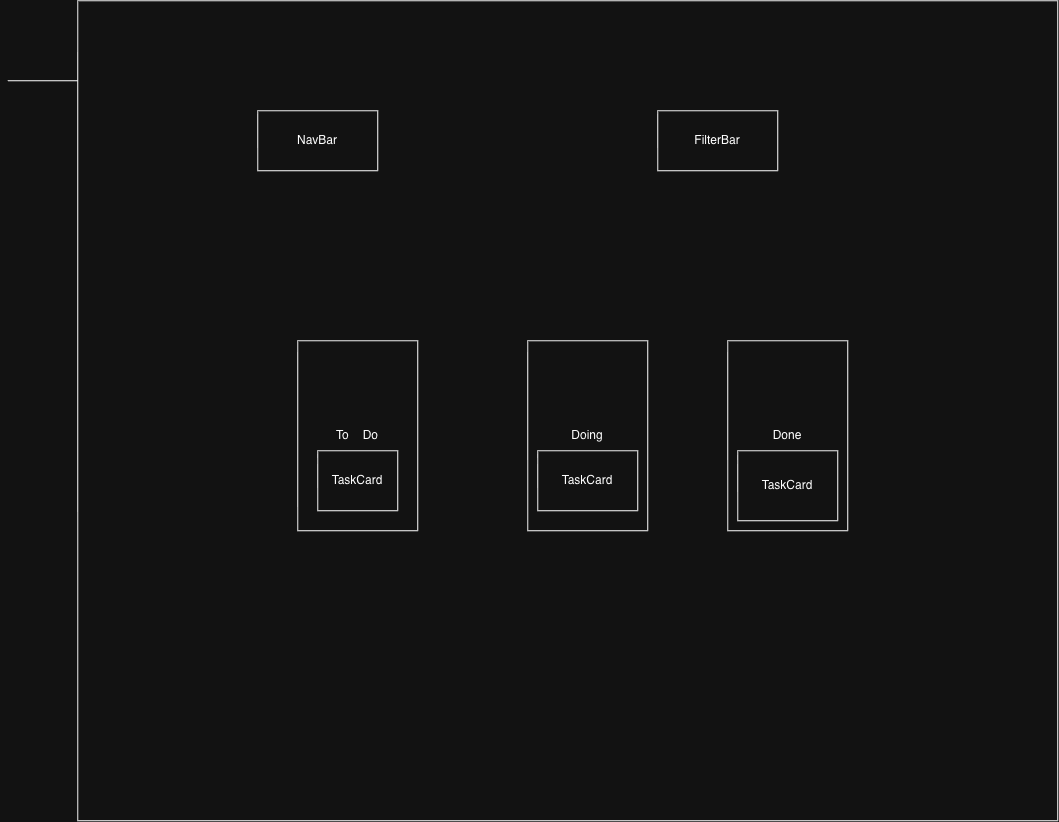
This is docs/wireframe.png from dwainXDL/collab-board, a draw.io export, as it was before one commit. Source tidied: cells renumbered, new cells last; positions are measured from the earlier drawing's top-left corner, leaving out a move shared by most shapes.
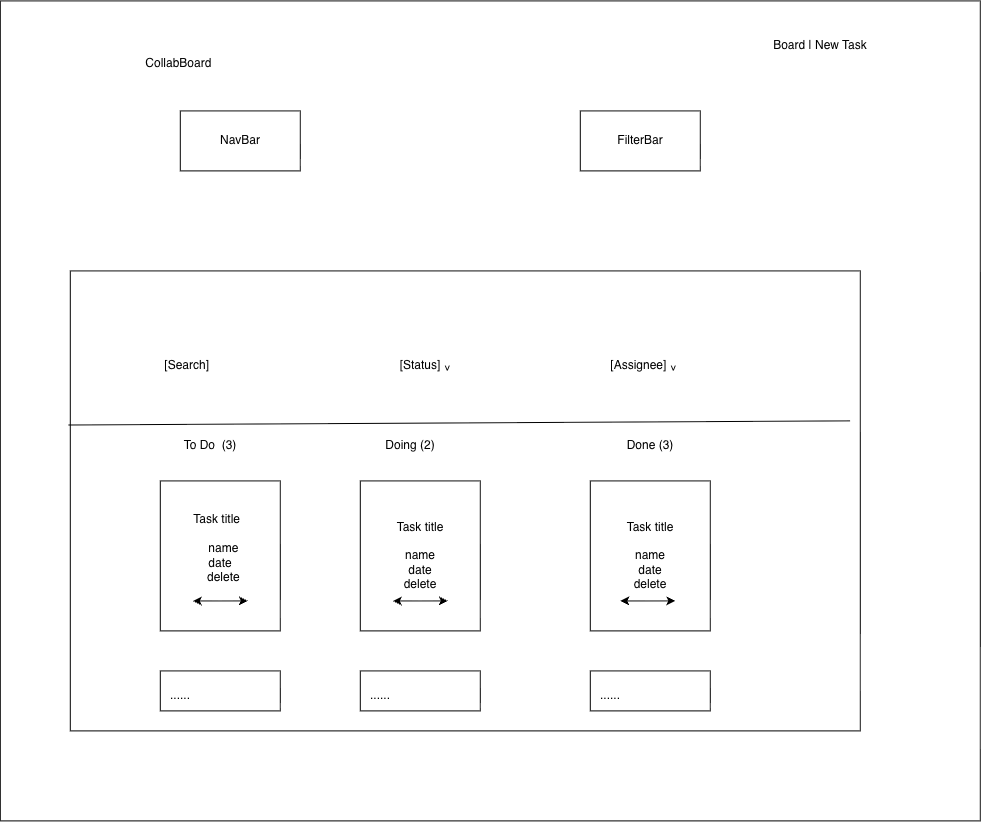
The same diagram one commit later.

Commit message:
update wireframe and component tree design

Diff of the diagram source:
```diff
@@ -5,11 +5,6 @@
     <mxCell id="2" value="NavBar" style="rounded=0;whiteSpace=wrap;html=1;" parent="1" vertex="1">
       <mxGeometry x="270" y="90" width="120" height="50" as="geometry" />
     </mxCell>
-    <mxCell id="3" style="edgeStyle=orthogonalEdgeStyle;rounded=0;jettySize=auto;html=1;exitX=0;exitY=0;exitDx=0;exitDy=0;entryX=0;entryY=0;entryDx=0;entryDy=0;" parent="1" edge="1" target="2">
-      <mxGeometry relative="1" as="geometry">
-        <mxPoint y="80" as="sourcePoint" />
-      </mxGeometry>
-    </mxCell>
     <mxCell id="4" style="rounded=0;whiteSpace=wrap;html=1;" parent="1" vertex="1">
       <mxGeometry x="70" width="980" height="820" as="geometry" />
     </mxCell>
@@ -19,23 +14,86 @@
     <mxCell id="6" value="FilterBar" style="rounded=0;whiteSpace=wrap;html=1;" parent="1" vertex="1">
       <mxGeometry x="650" y="110" width="120" height="60" as="geometry" />
     </mxCell>
-    <mxCell id="7" value="To&amp;nbsp;&lt;span style=&quot;white-space: pre;&quot;&gt;&#9;&lt;/span&gt;Do" style="rounded=0;whiteSpace=wrap;html=1;" parent="1" vertex="1">
-      <mxGeometry x="290" y="340" width="120" height="190" as="geometry" />
-    </mxCell>
-    <mxCell id="8" value="Doing" style="rounded=0;whiteSpace=wrap;html=1;" parent="1" vertex="1">
-      <mxGeometry x="520" y="340" width="120" height="190" as="geometry" />
-    </mxCell>
-    <mxCell id="9" value="Done" style="rounded=0;whiteSpace=wrap;html=1;" parent="1" vertex="1">
-      <mxGeometry x="720" y="340" width="120" height="190" as="geometry" />
-    </mxCell>
-    <mxCell id="10" value="TaskCard" style="rounded=0;whiteSpace=wrap;html=1;" parent="1" vertex="1">
-      <mxGeometry x="310" y="450" width="80" height="60" as="geometry" />
-    </mxCell>
-    <mxCell id="11" value="TaskCard" style="rounded=0;whiteSpace=wrap;html=1;" parent="1" vertex="1">
-      <mxGeometry x="530" y="450" width="100" height="60" as="geometry" />
-    </mxCell>
-    <mxCell id="12" value="TaskCard" style="rounded=0;whiteSpace=wrap;html=1;" parent="1" vertex="1">
-      <mxGeometry x="730" y="450" width="100" height="70" as="geometry" />
-    </mxCell>
+    <mxCell id="13" style="rounded=0;whiteSpace=wrap;html=1;" parent="1" vertex="1">
+      <mxGeometry x="140" y="270" width="790" height="460" as="geometry" />
+    </mxCell>
+    <mxCell id="14" value="&lt;span style=&quot;background-color: transparent; color: light-dark(rgb(0, 0, 0), rgb(255, 255, 255));&quot;&gt;&amp;nbsp; &amp;nbsp; &amp;nbsp; &amp;nbsp; &amp;nbsp;Task title&amp;nbsp; &amp;nbsp; &amp;nbsp; &amp;nbsp; &amp;nbsp; &amp;nbsp; &amp;nbsp; &amp;nbsp; &amp;nbsp; &amp;nbsp; &amp;nbsp; &amp;nbsp; &amp;nbsp; &amp;nbsp; &amp;nbsp; &amp;nbsp; &amp;nbsp; &amp;nbsp; &amp;nbsp; &amp;nbsp; &amp;nbsp; &amp;nbsp; &amp;nbsp; &amp;nbsp; &amp;nbsp; &lt;/span&gt;&lt;span style=&quot;background-color: transparent; color: light-dark(rgb(0, 0, 0), rgb(255, 255, 255));&quot;&gt;name&lt;/span&gt;&lt;div&gt;&lt;span style=&quot;background-color: transparent; color: light-dark(rgb(0, 0, 0), rgb(255, 255, 255));&quot;&gt;date&lt;/span&gt;&lt;/div&gt;&lt;div&gt;&lt;span style=&quot;background-color: transparent; color: light-dark(rgb(0, 0, 0), rgb(255, 255, 255));&quot;&gt;&amp;nbsp; delete&lt;/span&gt;&lt;/div&gt;&lt;div&gt;&lt;span style=&quot;background-color: transparent; color: light-dark(rgb(0, 0, 0), rgb(255, 255, 255));&quot;&gt;&lt;br&gt;&lt;/span&gt;&lt;/div&gt;" style="rounded=0;whiteSpace=wrap;html=1;" parent="1" vertex="1">
+      <mxGeometry x="230" y="480" width="120" height="150" as="geometry" />
+    </mxCell>
+    <mxCell id="15" value="Task title&lt;div&gt;&amp;nbsp; &amp;nbsp; &amp;nbsp; &amp;nbsp; &amp;nbsp; &amp;nbsp; &amp;nbsp; &amp;nbsp; &amp;nbsp; &amp;nbsp; &amp;nbsp; &amp;nbsp; &amp;nbsp; &amp;nbsp; &amp;nbsp; &amp;nbsp; &amp;nbsp; name&lt;/div&gt;&lt;div&gt;date&lt;/div&gt;&lt;div&gt;delete&lt;/div&gt;" style="rounded=0;whiteSpace=wrap;html=1;" parent="1" vertex="1">
+      <mxGeometry x="430" y="480" width="120" height="150" as="geometry" />
+    </mxCell>
+    <mxCell id="16" value="Task title&lt;div&gt;&lt;br&gt;&lt;/div&gt;&lt;div&gt;name&lt;/div&gt;&lt;div&gt;date&lt;/div&gt;&lt;div&gt;delete&lt;/div&gt;" style="rounded=0;whiteSpace=wrap;html=1;" parent="1" vertex="1">
+      <mxGeometry x="660" y="480" width="120" height="150" as="geometry" />
+    </mxCell>
+    <mxCell id="17" value="Doing (2)" style="text;html=1;whiteSpace=wrap;strokeColor=none;fillColor=none;align=center;verticalAlign=middle;rounded=0;" parent="1" vertex="1">
+      <mxGeometry x="450" y="430" width="60" height="30" as="geometry" />
+    </mxCell>
+    <mxCell id="18" value="Done (3)" style="text;html=1;whiteSpace=wrap;strokeColor=none;fillColor=none;align=center;verticalAlign=middle;rounded=0;" parent="1" vertex="1">
+      <mxGeometry x="690" y="430" width="60" height="30" as="geometry" />
+    </mxCell>
+    <mxCell id="19" value="To Do&amp;nbsp; (3)" style="text;html=1;whiteSpace=wrap;strokeColor=none;fillColor=none;align=center;verticalAlign=middle;rounded=0;" parent="1" vertex="1">
+      <mxGeometry x="250" y="430" width="60" height="30" as="geometry" />
+    </mxCell>
+    <mxCell id="20" value="&lt;div&gt;&lt;br&gt;&lt;/div&gt;&lt;div&gt;&amp;nbsp;&amp;nbsp;&lt;/div&gt;" style="rounded=0;whiteSpace=wrap;html=1;" parent="1" vertex="1">
+      <mxGeometry x="230" y="670" width="120" height="40" as="geometry" />
+    </mxCell>
+    <mxCell id="21" value="......" style="text;html=1;whiteSpace=wrap;strokeColor=none;fillColor=none;align=center;verticalAlign=middle;rounded=0;" parent="1" vertex="1">
+      <mxGeometry x="220" y="680" width="60" height="30" as="geometry" />
+    </mxCell>
+    <mxCell id="22" style="rounded=0;whiteSpace=wrap;html=1;" parent="1" vertex="1">
+      <mxGeometry x="430" y="670" width="120" height="40" as="geometry" />
+    </mxCell>
+    <mxCell id="23" value="......" style="text;html=1;whiteSpace=wrap;strokeColor=none;fillColor=none;align=center;verticalAlign=middle;rounded=0;" parent="1" vertex="1">
+      <mxGeometry x="420" y="680" width="60" height="30" as="geometry" />
+    </mxCell>
+    <mxCell id="24" value="[Search]&amp;nbsp;&amp;nbsp;" style="text;html=1;whiteSpace=wrap;strokeColor=none;fillColor=none;align=center;verticalAlign=middle;rounded=0;" parent="1" vertex="1">
+      <mxGeometry x="230" y="350" width="60" height="30" as="geometry" />
+    </mxCell>
+    <mxCell id="25" value="[Status]" style="text;html=1;whiteSpace=wrap;strokeColor=none;fillColor=none;align=center;verticalAlign=middle;rounded=0;" parent="1" vertex="1">
+      <mxGeometry x="460" y="350" width="60" height="30" as="geometry" />
+    </mxCell>
+    <mxCell id="26" value="[Assignee]&amp;nbsp;" style="text;html=1;whiteSpace=wrap;strokeColor=none;fillColor=none;align=center;verticalAlign=middle;rounded=0;" parent="1" vertex="1">
+      <mxGeometry x="680" y="350" width="60" height="30" as="geometry" />
+    </mxCell>
+    <mxCell id="27" style="endArrow=none;html=1;rounded=0;exitX=-0.002;exitY=0.335;exitDx=0;exitDy=0;exitPerimeter=0;entryX=0.987;entryY=0.326;entryDx=0;entryDy=0;entryPerimeter=0;" parent="1" edge="1" source="13" target="13">
+      <mxGeometry relative="1" as="geometry" />
+    </mxCell>
+    <mxCell id="28" value="&lt;br&gt;&lt;div&gt;CollabBoard&amp;nbsp;&lt;/div&gt;" style="text;html=1;whiteSpace=wrap;strokeColor=none;fillColor=none;align=center;verticalAlign=middle;rounded=0;" parent="1" vertex="1">
+      <mxGeometry x="220" y="40" width="60" height="30" as="geometry" />
+    </mxCell>
+    <mxCell id="29" value="Board | New Task" style="text;html=1;whiteSpace=wrap;strokeColor=none;fillColor=none;align=center;verticalAlign=middle;rounded=0;" parent="1" vertex="1">
+      <mxGeometry x="830" y="30" width="120" height="30" as="geometry" />
+    </mxCell>
+    <mxCell id="30" style="endArrow=classic;startArrow=classic;html=1;rounded=0;entryX=0.833;entryY=0.933;entryDx=0;entryDy=0;entryPerimeter=0;" parent="1" edge="1">
+      <mxGeometry relative="1" as="geometry">
+        <mxPoint x="262.5" y="600" as="sourcePoint" />
+        <mxPoint x="317.5" y="600" as="targetPoint" />
+      </mxGeometry>
+    </mxCell>
+    <mxCell id="31" style="endArrow=classic;startArrow=classic;html=1;rounded=0;entryX=0.833;entryY=0.933;entryDx=0;entryDy=0;entryPerimeter=0;" parent="1" edge="1">
+      <mxGeometry relative="1" as="geometry">
+        <mxPoint x="462.5" y="600" as="sourcePoint" />
+        <mxPoint x="517.5" y="600" as="targetPoint" />
+      </mxGeometry>
+    </mxCell>
+    <mxCell id="32" style="endArrow=classic;startArrow=classic;html=1;rounded=0;entryX=0.833;entryY=0.933;entryDx=0;entryDy=0;entryPerimeter=0;" parent="1" edge="1">
+      <mxGeometry relative="1" as="geometry">
+        <mxPoint x="690" y="600" as="sourcePoint" />
+        <mxPoint x="745" y="600" as="targetPoint" />
+      </mxGeometry>
+    </mxCell>
+    <mxCell id="33" style="rounded=0;whiteSpace=wrap;html=1;" parent="1" vertex="1">
+      <mxGeometry x="660" y="670" width="120" height="40" as="geometry" />
+    </mxCell>
+    <mxCell id="34" value="......" style="text;html=1;whiteSpace=wrap;strokeColor=none;fillColor=none;align=center;verticalAlign=middle;rounded=0;" parent="1" vertex="1">
+      <mxGeometry x="650" y="680" width="60" height="30" as="geometry" />
+    </mxCell>
+    <mxCell id="35" value="^" style="text;html=1;whiteSpace=wrap;strokeColor=none;fillColor=none;align=center;verticalAlign=middle;rounded=0;rotation=-180;fontSize=12;" parent="1" vertex="1">
+      <mxGeometry x="714" y="350" width="60" height="30" as="geometry" />
+    </mxCell>
+    <mxCell id="36" value="^" style="text;html=1;whiteSpace=wrap;strokeColor=none;fillColor=none;align=center;verticalAlign=middle;rounded=0;rotation=-180;fontSize=12;" parent="1" vertex="1">
+      <mxGeometry x="488" y="350" width="60" height="30" as="geometry" />
+    </mxCell>
   </root>
 </mxGraphModel>
```
